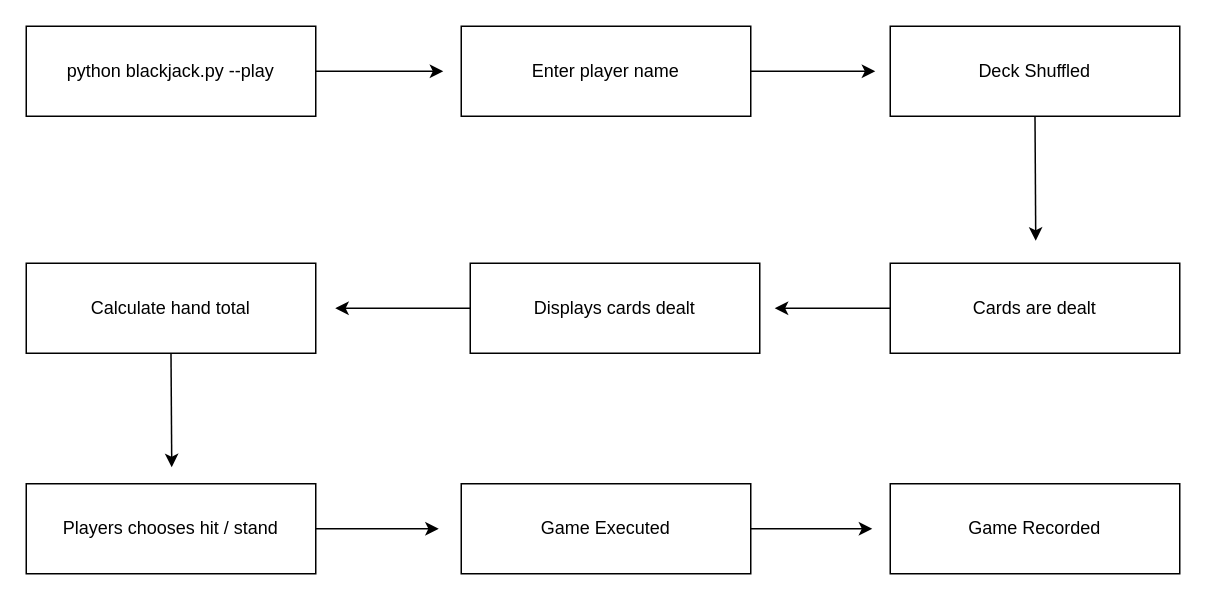
Before: planning/decisiontree.drawio in scmh001/p3-cli-project, a draw.io diagram. Source tidied: cells renumbered, new cells numbered last; positions are measured from the earlier drawing's top-left corner, leaving out a move shared by most shapes. Both pictures are drawn from the tidied source at 150%, with x=0, y=0 at pixel (26, 26).
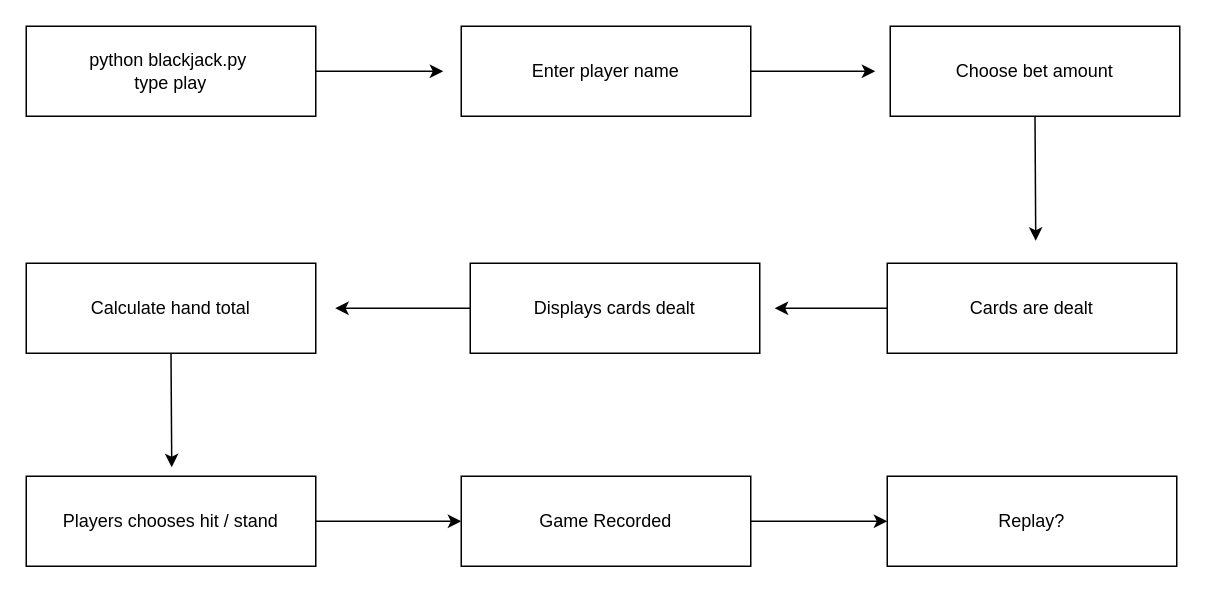
The same page after the edit.

Commit message (it also covers changes not shown here):
code-cleanup-comments

The edit, as a diff of the source:
```diff
@@
-    <mxCell id="3" value="python blackjack.py --play" style="whiteSpace=wrap;html=1;" parent="1" vertex="1">
+    <mxCell id="3" value="python blackjack.py&amp;nbsp;&lt;br&gt;type play" style="whiteSpace=wrap;html=1;" parent="1" vertex="1">
       <mxGeometry width="193" height="60" as="geometry" />
     </mxCell>
@@
-    <mxCell id="7" value="Deck Shuffled" style="whiteSpace=wrap;html=1;" parent="1" vertex="1">
+    <mxCell id="7" value="Choose bet amount" style="whiteSpace=wrap;html=1;" parent="1" vertex="1">
       <mxGeometry x="576" width="193" height="60" as="geometry" />
     </mxCell>
@@
     <mxCell id="9" value="Cards are dealt" style="whiteSpace=wrap;html=1;" parent="1" vertex="1">
-      <mxGeometry x="576" y="158" width="193" height="60" as="geometry" />
+      <mxGeometry x="574" y="158" width="193" height="60" as="geometry" />
     </mxCell>
@@
-    <mxCell id="14" style="edgeStyle=none;html=1;exitX=1;exitY=0.5;exitDx=0;exitDy=0;" parent="1" edge="1" source="15">
-      <mxGeometry relative="1" as="geometry">
-        <mxPoint x="275" y="335" as="targetPoint" />
-      </mxGeometry>
-    </mxCell>
+    <mxCell id="16" style="edgeStyle=none;html=1;" parent="1" edge="1" source="15" target="18">
+      <mxGeometry relative="1" as="geometry" />
+    </mxCell>
     <mxCell id="15" value="Players chooses hit / stand" style="whiteSpace=wrap;html=1;" parent="1" vertex="1">
-      <mxGeometry y="305" width="193" height="60" as="geometry" />
+      <mxGeometry y="300" width="193" height="60" as="geometry" />
     </mxCell>
-    <mxCell id="16" style="edgeStyle=none;html=1;exitX=1;exitY=0.5;exitDx=0;exitDy=0;" parent="1" edge="1" source="17">
-      <mxGeometry relative="1" as="geometry">
-        <mxPoint x="564" y="335" as="targetPoint" />
-      </mxGeometry>
-    </mxCell>
-    <mxCell id="17" value="Game Executed" style="whiteSpace=wrap;html=1;" parent="1" vertex="1">
-      <mxGeometry x="290" y="305" width="193" height="60" as="geometry" />
-    </mxCell>
+    <mxCell id="19" style="edgeStyle=none;html=1;exitX=1;exitY=0.5;exitDx=0;exitDy=0;entryX=0;entryY=0.5;entryDx=0;entryDy=0;" parent="1" edge="1" source="18" target="20">
+      <mxGeometry relative="1" as="geometry" />
+    </mxCell>
     <mxCell id="18" value="Game Recorded" style="whiteSpace=wrap;html=1;" parent="1" vertex="1">
-      <mxGeometry x="576" y="305" width="193" height="60" as="geometry" />
+      <mxGeometry x="290" y="300" width="193" height="60" as="geometry" />
     </mxCell>
+    <mxCell id="20" value="Replay?" style="whiteSpace=wrap;html=1;" parent="1" vertex="1">
+      <mxGeometry x="574" y="300" width="193" height="60" as="geometry" />
+    </mxCell>
```
